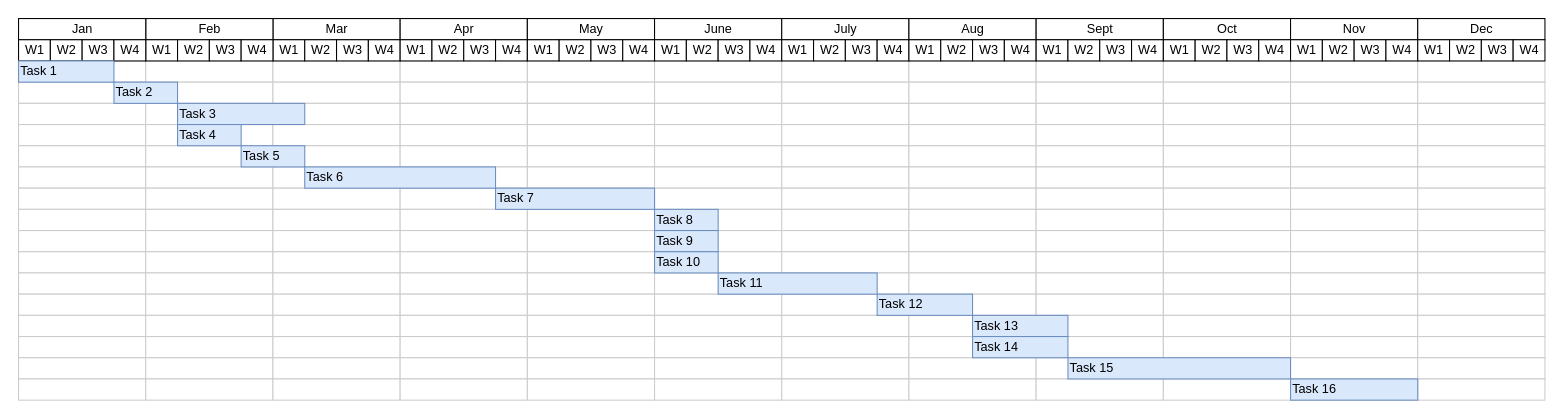
The draw.io diagram 개방형 입점 시스템.drawio in losbanos/jest-runner, before the edit. Source tidied: cells renumbered, new cells numbered last; positions are measured from the earlier drawing's top-left corner, leaving out a move shared by most shapes. Both pictures are drawn from the tidied source at 106%, with x=0, y=0 at pixel (18, 18).
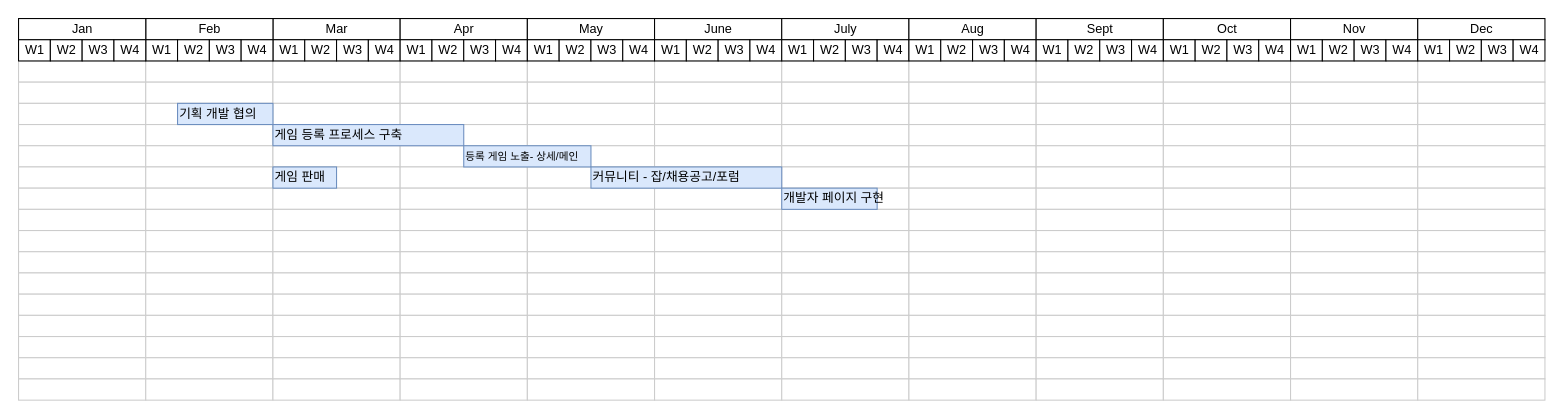
After the change.

Commit message:
Update 개방형 입점 시스템.drawio

Diff of the diagram source:
```diff
@@
-    <mxCell id="254" value="Task 1" style="align=left;strokeColor=#6c8ebf;html=1;fillColor=#dae8fc;" parent="1" vertex="1">
-      <mxGeometry y="40" width="90" height="20" as="geometry" />
-    </mxCell>
-    <mxCell id="255" value="Task 2" style="align=left;strokeColor=#6c8ebf;html=1;fillColor=#dae8fc;" parent="1" vertex="1">
-      <mxGeometry x="90" y="60" width="60" height="20" as="geometry" />
-    </mxCell>
-    <mxCell id="256" value="Task 3" style="align=left;strokeColor=#6c8ebf;html=1;fillColor=#dae8fc;" parent="1" vertex="1">
-      <mxGeometry x="150" y="80" width="120" height="20" as="geometry" />
+    <mxCell id="256" value="기획 개발 협의" style="align=left;strokeColor=#6c8ebf;html=1;fillColor=#dae8fc;" parent="1" vertex="1">
+      <mxGeometry x="150" y="80" width="90" height="20" as="geometry" />
     </mxCell>
-    <mxCell id="257" value="Task 4" style="align=left;strokeColor=#6c8ebf;html=1;fillColor=#dae8fc;" parent="1" vertex="1">
-      <mxGeometry x="150" y="100" width="60" height="20" as="geometry" />
+    <mxCell id="257" value="게임 등록 프로세스 구축" style="align=left;strokeColor=#6c8ebf;html=1;fillColor=#dae8fc;" parent="1" vertex="1">
+      <mxGeometry x="240" y="100" width="180" height="20" as="geometry" />
     </mxCell>
-    <mxCell id="258" value="Task 5" style="align=left;strokeColor=#6c8ebf;html=1;fillColor=#dae8fc;" parent="1" vertex="1">
-      <mxGeometry x="210" y="120" width="60" height="20" as="geometry" />
+    <mxCell id="258" value="등록 게임 노출- 상세/메인" style="align=left;strokeColor=#6c8ebf;html=1;fillColor=#dae8fc;fontSize=10;" parent="1" vertex="1">
+      <mxGeometry x="420" y="120" width="120" height="20" as="geometry" />
     </mxCell>
-    <mxCell id="259" value="Task 6" style="align=left;strokeColor=#6c8ebf;html=1;fillColor=#dae8fc;" parent="1" vertex="1">
-      <mxGeometry x="270" y="140" width="180" height="20" as="geometry" />
+    <mxCell id="259" value="게임 판매" style="align=left;strokeColor=#6c8ebf;html=1;fillColor=#dae8fc;" parent="1" vertex="1">
+      <mxGeometry x="240" y="140" width="60" height="20" as="geometry" />
     </mxCell>
-    <mxCell id="260" value="Task 7" style="align=left;strokeColor=#6c8ebf;html=1;fillColor=#dae8fc;" parent="1" vertex="1">
-      <mxGeometry x="450" y="160" width="150" height="20" as="geometry" />
+    <mxCell id="260" value="커뮤니티 - 잡/채용공고/포럼" style="align=left;strokeColor=#6c8ebf;html=1;fillColor=#dae8fc;" parent="1" vertex="1">
+      <mxGeometry x="540" y="140" width="180" height="20" as="geometry" />
     </mxCell>
-    <mxCell id="261" value="Task 8" style="align=left;strokeColor=#6c8ebf;html=1;fillColor=#dae8fc;" parent="1" vertex="1">
-      <mxGeometry x="600" y="180" width="60" height="20" as="geometry" />
+    <mxCell id="261" value="개발자 페이지 구현" style="align=left;strokeColor=#6c8ebf;html=1;fillColor=#dae8fc;" parent="1" vertex="1">
+      <mxGeometry x="720" y="160" width="90" height="20" as="geometry" />
     </mxCell>
-    <mxCell id="262" value="Task 9" style="align=left;strokeColor=#6c8ebf;html=1;fillColor=#dae8fc;" parent="1" vertex="1">
-      <mxGeometry x="600" y="200" width="60" height="20" as="geometry" />
-    </mxCell>
-    <mxCell id="263" value="Task 10" style="align=left;strokeColor=#6c8ebf;html=1;fillColor=#dae8fc;" parent="1" vertex="1">
-      <mxGeometry x="600" y="220" width="60" height="20" as="geometry" />
-    </mxCell>
-    <mxCell id="264" value="Task 11" style="align=left;strokeColor=#6c8ebf;html=1;fillColor=#dae8fc;" parent="1" vertex="1">
-      <mxGeometry x="660" y="240" width="150" height="20" as="geometry" />
-    </mxCell>
-    <mxCell id="265" value="Task 12" style="align=left;strokeColor=#6c8ebf;html=1;fillColor=#dae8fc;" parent="1" vertex="1">
-      <mxGeometry x="810" y="260" width="90" height="20" as="geometry" />
-    </mxCell>
-    <mxCell id="266" value="Task 13" style="align=left;strokeColor=#6c8ebf;html=1;fillColor=#dae8fc;" parent="1" vertex="1">
-      <mxGeometry x="900" y="280" width="90" height="20" as="geometry" />
-    </mxCell>
-    <mxCell id="267" value="Task 14" style="align=left;strokeColor=#6c8ebf;html=1;fillColor=#dae8fc;" parent="1" vertex="1">
-      <mxGeometry x="900" y="300" width="90" height="20" as="geometry" />
-    </mxCell>
-    <mxCell id="268" value="Task 15" style="align=left;strokeColor=#6c8ebf;html=1;fillColor=#dae8fc;" parent="1" vertex="1">
-      <mxGeometry x="990" y="320" width="210" height="20" as="geometry" />
-    </mxCell>
-    <mxCell id="269" value="Task 16" style="align=left;strokeColor=#6c8ebf;html=1;fillColor=#dae8fc;" parent="1" vertex="1">
-      <mxGeometry x="1200" y="340" width="120" height="20" as="geometry" />
-    </mxCell>
```
